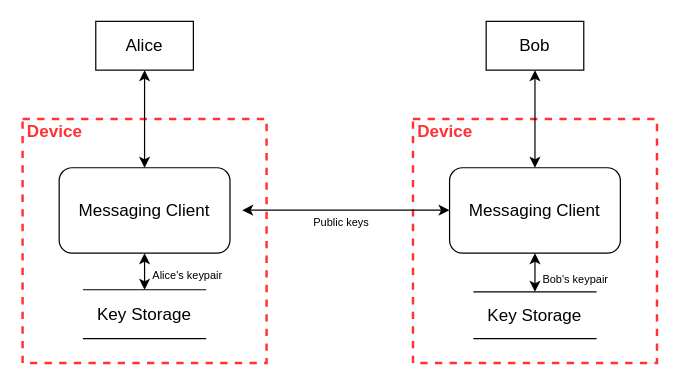
Above: dfds/diffie-hellman-traditional.drawio in kkredit/confronting-wicked-crypto (draw.io), before the change. Source tidied: cells renumbered, new cells numbered last; positions are measured from the earlier drawing's top-left corner, leaving out a move shared by most shapes. Both pictures are drawn from the tidied source at 122%, with x=0, y=0 at pixel (22, 21).
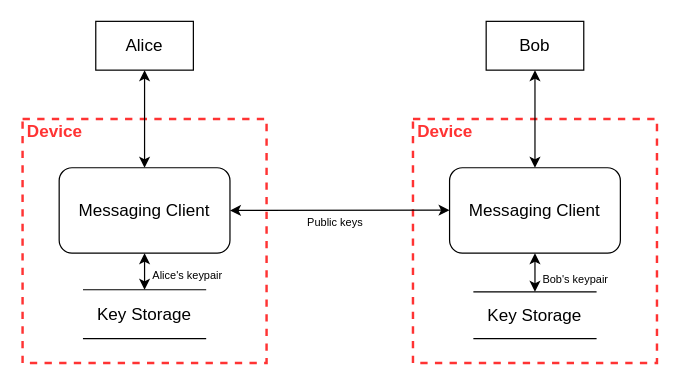
The same page after the edit.

Unchanged cells that the change refers to:
```xml
<mxCell id="7" value="&lt;font style=&quot;font-size: 14px&quot;&gt;Messaging&amp;nbsp;&lt;/font&gt;&lt;font style=&quot;font-size: 14px&quot;&gt;Client&lt;/font&gt;" style="rounded=1;whiteSpace=wrap;html=1;align=center;" parent="1" vertex="1">
  <mxGeometry x="30" y="120" width="140" height="70" as="geometry" />
</mxCell>
```

Diff of the diagram source:
```diff
@@
-    <mxCell id="10" style="endArrow=classic;startArrow=classic;html=1;fontColor=#FF3333;entryX=0;entryY=0.5;entryDx=0;entryDy=0;exitX=1;exitY=0.5;exitDx=0;exitDy=0;strokeWidth=1;fillColor=#1ba1e2;" parent="1" edge="1">
+    <mxCell id="10" style="endArrow=classic;startArrow=classic;html=1;fontColor=#FF3333;entryX=0;entryY=0.5;entryDx=0;entryDy=0;exitX=1;exitY=0.5;exitDx=0;exitDy=0;strokeWidth=1;fillColor=#1ba1e2;" parent="1" edge="1" source="7">
       <mxGeometry relative="1" as="geometry">
-        <mxPoint x="180" y="154.8" as="sourcePoint" />
         <mxPoint x="350" y="154.8" as="targetPoint" />
       </mxGeometry>
     </mxCell>
```
